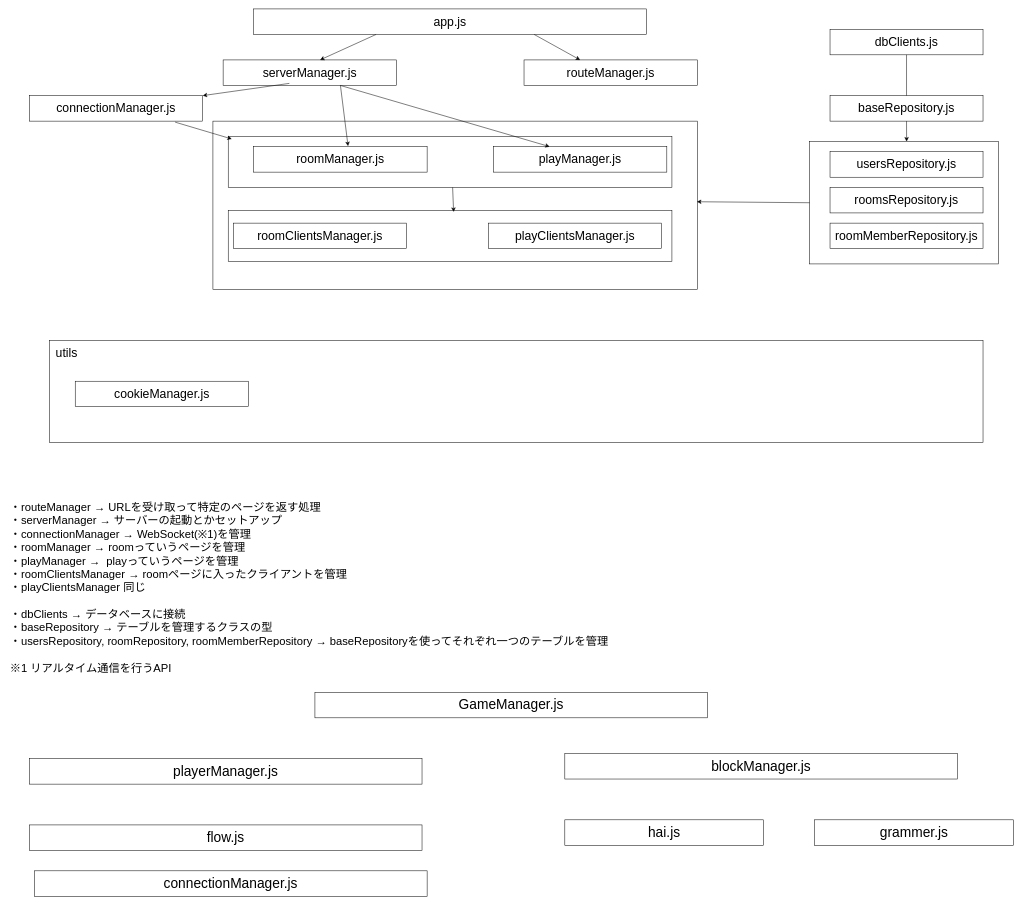
The draw.io diagram プログラム.drawio in kyougi-kai/Mahjongrammer, before the edit. Source tidied: cells renumbered, new cells numbered last; positions are measured from the earlier drawing's top-left corner, leaving out a move shared by most shapes. Both pictures are drawn from the tidied source at 51%, with x=0, y=0 at pixel (9, 9).
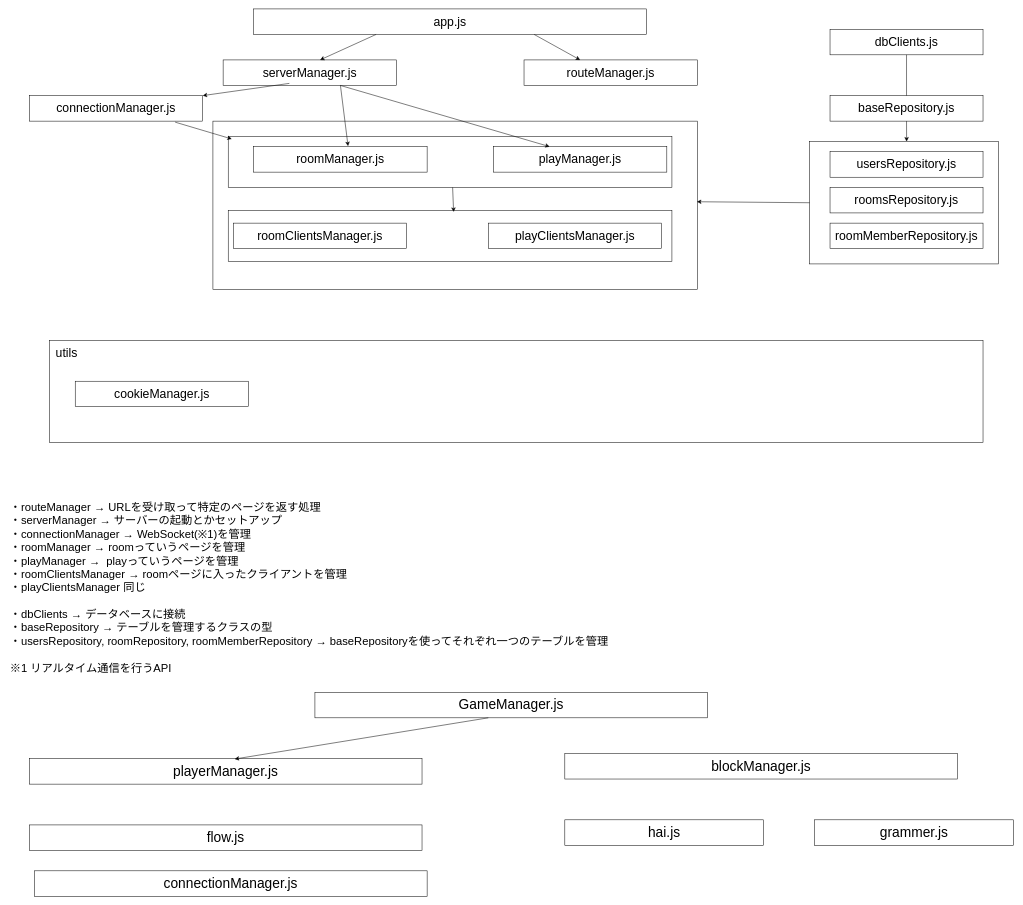
The same diagram, later.

Unchanged cells that the change refers to:
```xml
<mxCell id="34" value="&lt;font style=&quot;font-size: 27px;&quot;&gt;playerManager.js&lt;/font&gt;" style="rounded=0;whiteSpace=wrap;html=1;" parent="1" vertex="1">
  <mxGeometry x="40" y="1470" width="770" height="50" as="geometry" />
</mxCell>
```

Change to the diagram source:
```diff
@@
+    <mxCell id="40" style="endArrow=classic;html=1;rounded=0;entryX=0.523;entryY=0.016;entryDx=0;entryDy=0;entryPerimeter=0;" parent="1" edge="1" target="34">
+      <mxGeometry relative="1" as="geometry">
+        <mxPoint x="940" y="1390" as="sourcePoint" />
+      </mxGeometry>
+    </mxCell>
```
